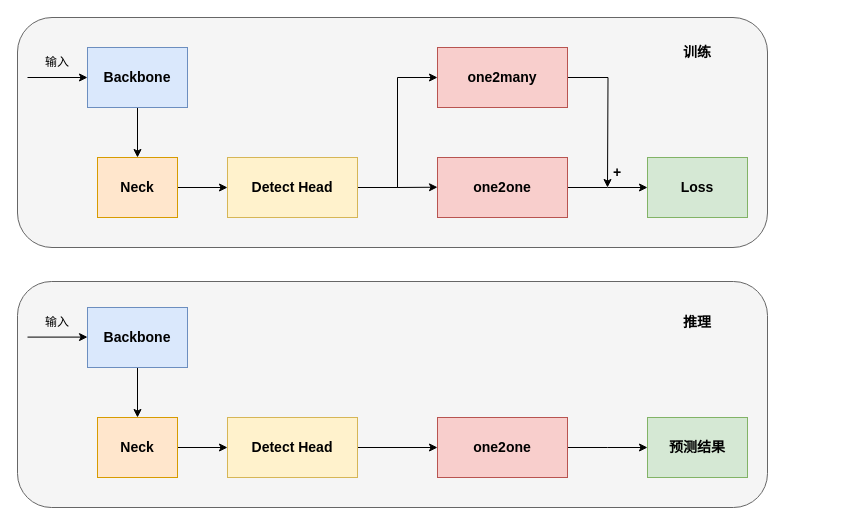
Before: CGMS.drawio in vldzyzy/special-waffle, a draw.io diagram. Source tidied: cells renumbered, new cells numbered last; positions are measured from the earlier drawing's top-left corner, leaving out a move shared by most shapes. Both pictures are drawn from the tidied source at 100%, with x=0, y=0 at pixel (17, 17).
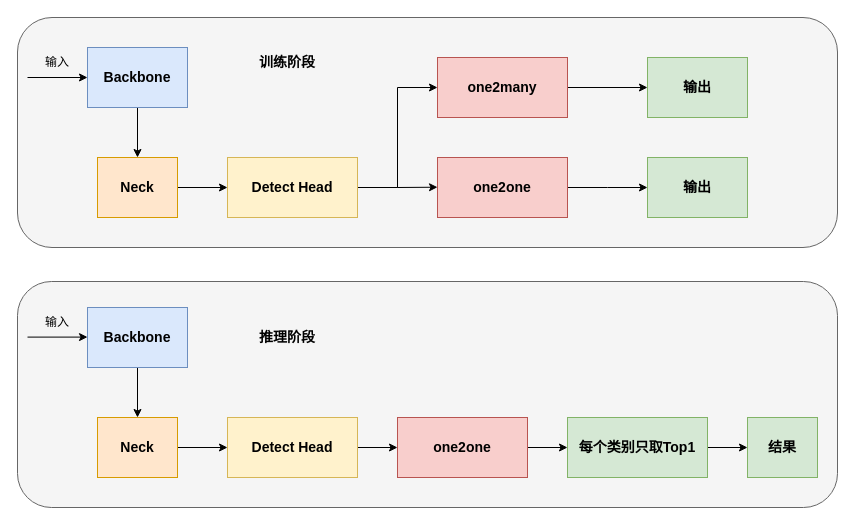
The same diagram, later.

Diff of the diagram source:
```diff
@@
     <mxCell id="2" style="rounded=1;whiteSpace=wrap;html=1;fillColor=#f5f5f5;fontColor=#333333;strokeColor=#666666;" parent="1" vertex="1">
-      <mxGeometry y="264" width="750" height="226" as="geometry" />
+      <mxGeometry y="264" width="820" height="226" as="geometry" />
     </mxCell>
     <mxCell id="3" style="rounded=1;whiteSpace=wrap;html=1;fillColor=#f5f5f5;fontColor=#333333;strokeColor=#666666;" parent="1" vertex="1">
-      <mxGeometry width="750" height="230" as="geometry" />
+      <mxGeometry width="820" height="230" as="geometry" />
     </mxCell>
@@
-    <mxCell id="23" style="edgeStyle=orthogonalEdgeStyle;rounded=0;jettySize=auto;html=1;exitX=1;exitY=0.5;exitDx=0;exitDy=0;" parent="1" edge="1" source="24">
-      <mxGeometry relative="1" as="geometry">
-        <mxPoint x="590" y="170" as="targetPoint" />
-      </mxGeometry>
-    </mxCell>
+    <mxCell id="32" style="edgeStyle=orthogonalEdgeStyle;rounded=0;jettySize=auto;html=1;" parent="1" edge="1" source="24" target="36">
+      <mxGeometry relative="1" as="geometry" />
+    </mxCell>
     <mxCell id="24" value="one2many" style="whiteSpace=wrap;strokeWidth=1;fontSize=14;fontStyle=1;fillColor=#f8cecc;strokeColor=#b85450;" parent="1" vertex="1">
-      <mxGeometry x="420" y="30" width="130" height="60" as="geometry" />
+      <mxGeometry x="420" y="40" width="130" height="60" as="geometry" />
     </mxCell>
-    <mxCell id="25" value="Loss" style="whiteSpace=wrap;strokeWidth=1;fontSize=14;fontStyle=1;fillColor=#d5e8d4;strokeColor=#82b366;" parent="1" vertex="1">
-      <mxGeometry x="630" y="140" width="100" height="60" as="geometry" />
-    </mxCell>
-    <mxCell id="26" value="+" style="text;html=1;whiteSpace=wrap;strokeColor=none;fillColor=none;align=center;verticalAlign=middle;rounded=0;strokeWidth=2;fontSize=14;fontStyle=1;" parent="1" vertex="1">
-      <mxGeometry x="570" y="140" width="60" height="30" as="geometry" />
-    </mxCell>
-    <mxCell id="27" style="edgeStyle=orthogonalEdgeStyle;rounded=0;jettySize=auto;html=1;exitX=1;exitY=0.5;exitDx=0;exitDy=0;" parent="1" edge="1" source="28">
-      <mxGeometry relative="1" as="geometry">
-        <mxPoint x="630" y="430" as="targetPoint" />
-      </mxGeometry>
-    </mxCell>
+    <mxCell id="33" style="edgeStyle=orthogonalEdgeStyle;rounded=0;jettySize=auto;html=1;exitX=1;exitY=0.5;exitDx=0;exitDy=0;entryX=0;entryY=0.5;entryDx=0;entryDy=0;" parent="1" edge="1" source="28" target="29">
+      <mxGeometry relative="1" as="geometry" />
+    </mxCell>
     <mxCell id="28" value="one2one" style="whiteSpace=wrap;strokeWidth=1;fontSize=14;fontStyle=1;fillColor=#f8cecc;strokeColor=#b85450;" parent="1" vertex="1">
-      <mxGeometry x="420" y="400" width="130" height="60" as="geometry" />
+      <mxGeometry x="380" y="400" width="130" height="60" as="geometry" />
     </mxCell>
+    <mxCell id="34" style="edgeStyle=orthogonalEdgeStyle;rounded=0;jettySize=auto;html=1;exitX=1;exitY=0.5;exitDx=0;exitDy=0;entryX=0;entryY=0.5;entryDx=0;entryDy=0;" parent="1" edge="1" source="29" target="37">
+      <mxGeometry relative="1" as="geometry" />
+    </mxCell>
-    <mxCell id="29" value="预测结果" style="whiteSpace=wrap;strokeWidth=1;fontSize=14;fontStyle=1;fillColor=#d5e8d4;strokeColor=#82b366;" parent="1" vertex="1">
-      <mxGeometry x="630" y="400" width="100" height="60" as="geometry" />
+    <mxCell id="29" value="每个类别只取Top1" style="whiteSpace=wrap;strokeWidth=1;fontSize=14;fontStyle=1;fillColor=#d5e8d4;strokeColor=#82b366;" parent="1" vertex="1">
+      <mxGeometry x="550" y="400" width="140" height="60" as="geometry" />
     </mxCell>
-    <mxCell id="30" value="&lt;span&gt;训练&lt;/span&gt;" style="text;html=1;whiteSpace=wrap;strokeColor=none;fillColor=none;align=center;verticalAlign=middle;rounded=0;fontSize=14;fontStyle=1;" parent="1" vertex="1">
-      <mxGeometry x="650" y="20" width="60" height="30" as="geometry" />
+    <mxCell id="30" value="&lt;span&gt;训练阶段&lt;/span&gt;" style="text;html=1;whiteSpace=wrap;strokeColor=none;fillColor=none;align=center;verticalAlign=middle;rounded=0;fontSize=14;fontStyle=1;" parent="1" vertex="1">
+      <mxGeometry x="240" y="30" width="60" height="30" as="geometry" />
     </mxCell>
-    <mxCell id="31" value="&lt;span&gt;推理&lt;/span&gt;" style="text;html=1;whiteSpace=wrap;strokeColor=none;fillColor=none;align=center;verticalAlign=middle;rounded=0;fontSize=14;fontStyle=1;" parent="1" vertex="1">
-      <mxGeometry x="650" y="290" width="60" height="30" as="geometry" />
+    <mxCell id="31" value="&lt;span&gt;推理阶段&lt;/span&gt;" style="text;html=1;whiteSpace=wrap;strokeColor=none;fillColor=none;align=center;verticalAlign=middle;rounded=0;fontSize=14;fontStyle=1;" parent="1" vertex="1">
+      <mxGeometry x="240" y="305" width="60" height="30" as="geometry" />
     </mxCell>
+    <mxCell id="35" value="输出" style="whiteSpace=wrap;strokeWidth=1;fontSize=14;fontStyle=1;fillColor=#d5e8d4;strokeColor=#82b366;" parent="1" vertex="1">
+      <mxGeometry x="630" y="140" width="100" height="60" as="geometry" />
+    </mxCell>
+    <mxCell id="36" value="输出" style="whiteSpace=wrap;strokeWidth=1;fontSize=14;fontStyle=1;fillColor=#d5e8d4;strokeColor=#82b366;" parent="1" vertex="1">
+      <mxGeometry x="630" y="40" width="100" height="60" as="geometry" />
+    </mxCell>
+    <mxCell id="37" value="结果" style="whiteSpace=wrap;strokeWidth=1;fontSize=14;fontStyle=1;fillColor=#d5e8d4;strokeColor=#82b366;" parent="1" vertex="1">
+      <mxGeometry x="730" y="400" width="70" height="60" as="geometry" />
+    </mxCell>
```
